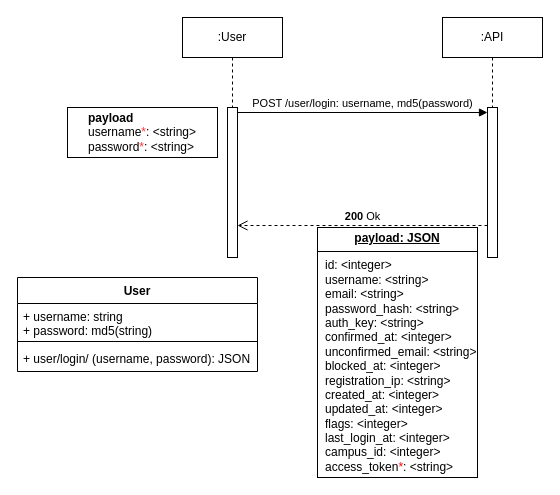
Before: page "API Authorization Workflow" (1 of 6) of scholar-api-flows1.drawio in olougepa/scholar-api, a draw.io diagram. Source tidied: cells renumbered, new cells numbered last; positions are measured from the earlier drawing's top-left corner, leaving out a move shared by most shapes. Both pictures are drawn from the tidied source at 100%, with x=0, y=0 at pixel (17, 17).
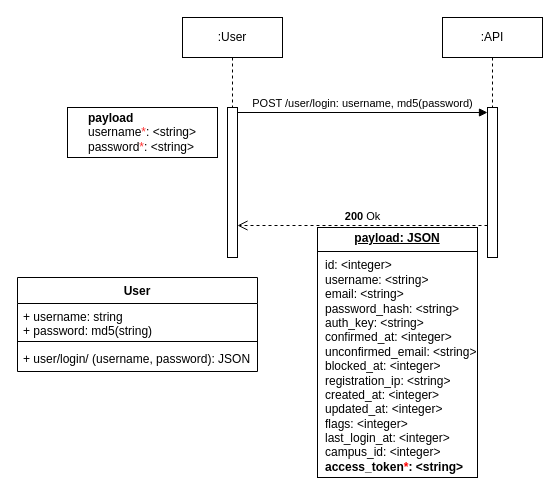
After the change.

Diff of the diagram source:
```diff
@@
 <mxGraphModel>
   <root>
     <mxCell id="0" />
     <mxCell id="1" parent="0" />
     <mxCell id="2" value="User" style="swimlane;fontStyle=1;align=center;verticalAlign=top;horizontal=1;startSize=26;whiteSpace=wrap;html=1;" parent="1" vertex="1">
       <mxGeometry y="260" width="240" height="94" as="geometry" />
     </mxCell>
     <mxCell id="3" value="+ username: string&lt;div&gt;+ password: md5(string)&lt;/div&gt;" style="text;strokeColor=none;fillColor=none;align=left;verticalAlign=top;spacingLeft=4;spacingRight=4;overflow=hidden;whiteSpace=wrap;html=1;" parent="2" vertex="1">
       <mxGeometry y="26" width="240" height="34" as="geometry" />
     </mxCell>
     <mxCell id="4" style="line;strokeWidth=1;fillColor=none;align=left;verticalAlign=middle;spacingTop=-1;spacingLeft=3;spacingRight=3;labelPosition=right;strokeColor=inherit;" parent="2" vertex="1">
       <mxGeometry y="60" width="240" height="8" as="geometry" />
     </mxCell>
     <mxCell id="5" value="+ user/login/ (username, password): JSON" style="text;strokeColor=none;fillColor=none;align=left;verticalAlign=top;spacingLeft=4;spacingRight=4;overflow=hidden;whiteSpace=wrap;html=1;" parent="2" vertex="1">
       <mxGeometry y="68" width="240" height="26" as="geometry" />
     </mxCell>
     <mxCell id="6" style="html=1;points=[[0,0,0,0,5],[0,1,0,0,-5],[1,0,0,0,5],[1,1,0,0,-5]];perimeter=orthogonalPerimeter;outlineConnect=0;targetShapes=umlLifeline;portConstraint=eastwest;newEdgeStyle={&quot;curved&quot;:0,&quot;rounded&quot;:0};" parent="1" vertex="1">
       <mxGeometry x="470" y="90" width="10" height="150" as="geometry" />
     </mxCell>
     <mxCell id="7" value="POST /user/login: username, md5(password)" style="html=1;verticalAlign=bottom;endArrow=block;curved=0;rounded=0;entryX=0;entryY=0;entryDx=0;entryDy=5;" parent="1" edge="1" source="9" target="6">
       <mxGeometry relative="1" as="geometry" />
     </mxCell>
     <mxCell id="8" value="&lt;b&gt;200&lt;/b&gt; Ok" style="html=1;verticalAlign=bottom;endArrow=open;dashed=1;endSize=8;curved=0;rounded=0;" parent="1" edge="1" source="6">
       <mxGeometry relative="1" as="geometry">
         <mxPoint x="220" y="208" as="targetPoint" />
       </mxGeometry>
     </mxCell>
     <mxCell id="9" style="html=1;points=[[0,0,0,0,5],[0,1,0,0,-5],[1,0,0,0,5],[1,1,0,0,-5]];perimeter=orthogonalPerimeter;outlineConnect=0;targetShapes=umlLifeline;portConstraint=eastwest;newEdgeStyle={&quot;curved&quot;:0,&quot;rounded&quot;:0};" parent="1" vertex="1">
       <mxGeometry x="210" y="90" width="10" height="150" as="geometry" />
     </mxCell>
-    <mxCell id="10" value="&lt;p style=&quot;margin:0px;margin-top:4px;text-align:center;text-decoration:underline;&quot;&gt;&lt;b&gt;payload: JSON&lt;/b&gt;&lt;/p&gt;&lt;hr size=&quot;1&quot; style=&quot;border-style:solid;&quot;&gt;&lt;p style=&quot;margin:0px;margin-left:8px;&quot;&gt;id: &amp;lt;integer&amp;gt;&lt;br&gt;username: &amp;lt;string&amp;gt;&lt;br&gt;email: &amp;lt;string&amp;gt;&lt;/p&gt;&lt;p style=&quot;margin:0px;margin-left:8px;&quot;&gt;password_hash: &amp;lt;string&amp;gt;&lt;/p&gt;&lt;p style=&quot;margin:0px;margin-left:8px;&quot;&gt;auth_key: &amp;lt;string&amp;gt;&lt;/p&gt;&lt;p style=&quot;margin:0px;margin-left:8px;&quot;&gt;confirmed_at: &amp;lt;integer&amp;gt;&lt;/p&gt;&lt;p style=&quot;margin:0px;margin-left:8px;&quot;&gt;unconfirmed_email: &amp;lt;string&amp;gt;&lt;/p&gt;&lt;p style=&quot;margin:0px;margin-left:8px;&quot;&gt;blocked_at: &amp;lt;integer&amp;gt;&lt;/p&gt;&lt;p style=&quot;margin:0px;margin-left:8px;&quot;&gt;registration_ip: &amp;lt;string&amp;gt;&lt;/p&gt;&lt;p style=&quot;margin:0px;margin-left:8px;&quot;&gt;created_at: &amp;lt;integer&amp;gt;&lt;/p&gt;&lt;p style=&quot;margin:0px;margin-left:8px;&quot;&gt;updated_at: &amp;lt;integer&amp;gt;&lt;/p&gt;&lt;p style=&quot;margin:0px;margin-left:8px;&quot;&gt;flags: &amp;lt;integer&amp;gt;&lt;/p&gt;&lt;p style=&quot;margin:0px;margin-left:8px;&quot;&gt;last_login_at: &amp;lt;integer&amp;gt;&lt;/p&gt;&lt;p style=&quot;margin:0px;margin-left:8px;&quot;&gt;campus_id: &amp;lt;integer&amp;gt;&lt;/p&gt;&lt;p style=&quot;margin:0px;margin-left:8px;&quot;&gt;access_token&lt;font color=&quot;#ff0000&quot;&gt;*&lt;/font&gt;: &amp;lt;string&amp;gt;&lt;/p&gt;" style="verticalAlign=top;align=left;overflow=fill;html=1;whiteSpace=wrap;" parent="1" vertex="1">
+    <mxCell id="10" value="&lt;p style=&quot;margin:0px;margin-top:4px;text-align:center;text-decoration:underline;&quot;&gt;&lt;b&gt;payload: JSON&lt;/b&gt;&lt;/p&gt;&lt;hr size=&quot;1&quot; style=&quot;border-style:solid;&quot;&gt;&lt;p style=&quot;margin:0px;margin-left:8px;&quot;&gt;id: &amp;lt;integer&amp;gt;&lt;br&gt;username: &amp;lt;string&amp;gt;&lt;br&gt;email: &amp;lt;string&amp;gt;&lt;/p&gt;&lt;p style=&quot;margin:0px;margin-left:8px;&quot;&gt;password_hash: &amp;lt;string&amp;gt;&lt;/p&gt;&lt;p style=&quot;margin:0px;margin-left:8px;&quot;&gt;auth_key: &amp;lt;string&amp;gt;&lt;/p&gt;&lt;p style=&quot;margin:0px;margin-left:8px;&quot;&gt;confirmed_at: &amp;lt;integer&amp;gt;&lt;/p&gt;&lt;p style=&quot;margin:0px;margin-left:8px;&quot;&gt;unconfirmed_email: &amp;lt;string&amp;gt;&lt;/p&gt;&lt;p style=&quot;margin:0px;margin-left:8px;&quot;&gt;blocked_at: &amp;lt;integer&amp;gt;&lt;/p&gt;&lt;p style=&quot;margin:0px;margin-left:8px;&quot;&gt;registration_ip: &amp;lt;string&amp;gt;&lt;/p&gt;&lt;p style=&quot;margin:0px;margin-left:8px;&quot;&gt;created_at: &amp;lt;integer&amp;gt;&lt;/p&gt;&lt;p style=&quot;margin:0px;margin-left:8px;&quot;&gt;updated_at: &amp;lt;integer&amp;gt;&lt;/p&gt;&lt;p style=&quot;margin:0px;margin-left:8px;&quot;&gt;flags: &amp;lt;integer&amp;gt;&lt;/p&gt;&lt;p style=&quot;margin:0px;margin-left:8px;&quot;&gt;last_login_at: &amp;lt;integer&amp;gt;&lt;/p&gt;&lt;p style=&quot;margin:0px;margin-left:8px;&quot;&gt;campus_id: &amp;lt;integer&amp;gt;&lt;/p&gt;&lt;p style=&quot;margin:0px;margin-left:8px;&quot;&gt;&lt;b&gt;access_token&lt;font color=&quot;#ff0000&quot;&gt;*&lt;/font&gt;: &amp;lt;string&amp;gt;&lt;/b&gt;&lt;/p&gt;" style="verticalAlign=top;align=left;overflow=fill;html=1;whiteSpace=wrap;" parent="1" vertex="1">
       <mxGeometry x="300" y="210" width="160" height="250" as="geometry" />
     </mxCell>
     <mxCell id="11" value=":User" style="shape=umlLifeline;perimeter=lifelinePerimeter;whiteSpace=wrap;html=1;newEdgeStyle={&quot;curved&quot;:0,&quot;rounded&quot;:0};" parent="1" vertex="1">
       <mxGeometry x="165" width="100" height="90" as="geometry" />
     </mxCell>
     <mxCell id="12" value=":API" style="shape=umlLifeline;perimeter=lifelinePerimeter;whiteSpace=wrap;html=1;newEdgeStyle={&quot;curved&quot;:0,&quot;rounded&quot;:0};" parent="1" vertex="1">
       <mxGeometry x="425" width="100" height="90" as="geometry" />
     </mxCell>
     <mxCell id="13" value="&lt;div style=&quot;text-align: left;&quot;&gt;&lt;b style=&quot;background-color: initial;&quot;&gt;payload&lt;/b&gt;&lt;/div&gt;&lt;div style=&quot;text-align: left;&quot;&gt;username&lt;font color=&quot;#ff3333&quot;&gt;*&lt;/font&gt;: &amp;lt;string&amp;gt;&lt;/div&gt;&lt;div style=&quot;text-align: left;&quot;&gt;password&lt;font color=&quot;#ff3333&quot;&gt;*&lt;/font&gt;: &amp;lt;string&amp;gt;&lt;/div&gt;" style="html=1;whiteSpace=wrap;" parent="1" vertex="1">
       <mxGeometry x="50" y="90" width="150" height="50" as="geometry" />
     </mxCell>
   </root>
 </mxGraphModel>
```
